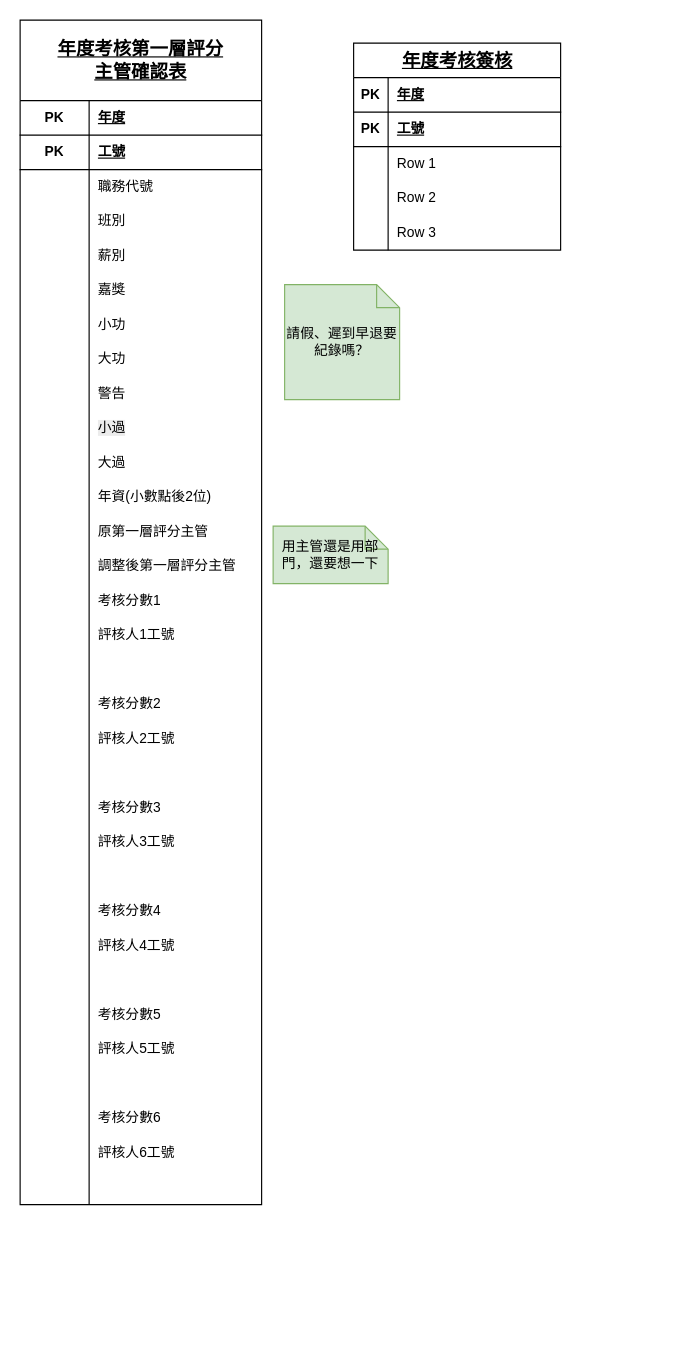
This is activity/未命名绘图.drawio from Pan-A321/FH_Drawing, a draw.io file, before an edit. Source tidied: cells renumbered, new cells numbered last; positions are measured from the earlier drawing's top-left corner, leaving out a move shared by most shapes. Both pictures are drawn from the tidied source at 115%, with x=0, y=0 at pixel (20, 20).
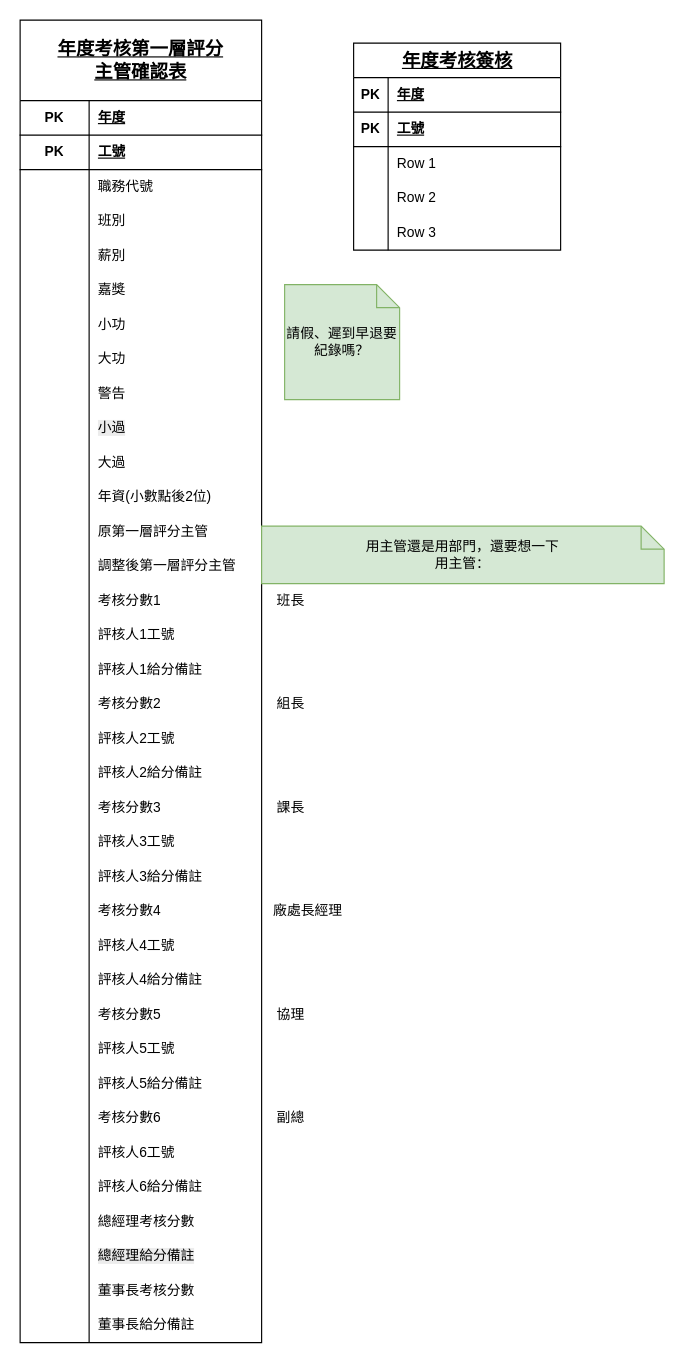
Above is the later version.

Commit message:
更新未命名绘图.drawio

The change refers to these unchanged cells:
```xml
<mxCell id="51" style="shape=tableRow;horizontal=0;startSize=0;swimlaneHead=0;swimlaneBody=0;fillColor=none;top=0;left=0;right=0;bottom=0;html=1;" parent="2" vertex="1">
  <mxGeometry y="550" width="210" height="30" as="geometry" />
</mxCell>
<mxCell id="60" style="shape=tableRow;horizontal=0;startSize=0;swimlaneHead=0;swimlaneBody=0;fillColor=none;top=0;left=0;right=0;bottom=0;html=1;" parent="2" vertex="1">
  <mxGeometry y="640" width="210" height="30" as="geometry" />
</mxCell>
<mxCell id="69" style="shape=tableRow;horizontal=0;startSize=0;swimlaneHead=0;swimlaneBody=0;fillColor=none;top=0;left=0;right=0;bottom=0;html=1;" parent="2" vertex="1">
  <mxGeometry y="730" width="210" height="30" as="geometry" />
</mxCell>
<mxCell id="78" style="shape=tableRow;horizontal=0;startSize=0;swimlaneHead=0;swimlaneBody=0;fillColor=none;top=0;left=0;right=0;bottom=0;html=1;" parent="2" vertex="1">
  <mxGeometry y="820" width="210" height="30" as="geometry" />
</mxCell>
<mxCell id="87" style="shape=tableRow;horizontal=0;startSize=0;swimlaneHead=0;swimlaneBody=0;fillColor=none;top=0;left=0;right=0;bottom=0;html=1;" parent="2" vertex="1">
  <mxGeometry y="910" width="210" height="30" as="geometry" />
</mxCell>
<mxCell id="96" style="shape=tableRow;horizontal=0;startSize=0;swimlaneHead=0;swimlaneBody=0;fillColor=none;top=0;left=0;right=0;bottom=0;html=1;" parent="2" vertex="1">
  <mxGeometry y="1000" width="210" height="30" as="geometry" />
</mxCell>
```

Diff of the diagram source:
```diff
@@
     <mxCell id="2" value="&lt;u&gt;&lt;span style=&quot;font-family: 微軟正黑體;&quot;&gt;&lt;font style=&quot;font-size: 16px;&quot;&gt;年度考核第一層評分&lt;br&gt;主管確認表&lt;/font&gt;&lt;/span&gt;&lt;/u&gt;" style="shape=table;startSize=70;childLayout=tableLayout;rowLines=0;fontStyle=1;align=center;html=1;whiteSpace=wrap;" parent="1" vertex="1">
-      <mxGeometry width="210" height="1030" as="geometry" />
+      <mxGeometry width="210" height="1150" as="geometry" />
     </mxCell>
@@
-    <mxCell id="53" style="shape=partialRectangle;fillColor=none;top=0;left=0;bottom=0;right=0;align=left;spacingLeft=6;overflow=hidden;html=1;whiteSpace=wrap;" parent="51" vertex="1">
+    <mxCell id="53" value="評核人1給分備註" style="shape=partialRectangle;fillColor=none;top=0;left=0;bottom=0;right=0;align=left;spacingLeft=6;overflow=hidden;html=1;whiteSpace=wrap;" parent="51" vertex="1">
       <mxGeometry x="60" width="150" height="30" as="geometry" />
     </mxCell>
@@
-    <mxCell id="62" style="shape=partialRectangle;fillColor=none;top=0;left=0;bottom=0;right=0;align=left;spacingLeft=6;overflow=hidden;html=1;whiteSpace=wrap;" parent="60" vertex="1">
+    <mxCell id="62" value="評核人2給分備註" style="shape=partialRectangle;fillColor=none;top=0;left=0;bottom=0;right=0;align=left;spacingLeft=6;overflow=hidden;html=1;whiteSpace=wrap;" parent="60" vertex="1">
       <mxGeometry x="60" width="150" height="30" as="geometry" />
     </mxCell>
@@
-    <mxCell id="71" style="shape=partialRectangle;fillColor=none;top=0;left=0;bottom=0;right=0;align=left;spacingLeft=6;overflow=hidden;html=1;whiteSpace=wrap;" parent="69" vertex="1">
+    <mxCell id="71" value="評核人3給分備註" style="shape=partialRectangle;fillColor=none;top=0;left=0;bottom=0;right=0;align=left;spacingLeft=6;overflow=hidden;html=1;whiteSpace=wrap;" parent="69" vertex="1">
       <mxGeometry x="60" width="150" height="30" as="geometry" />
     </mxCell>
@@
-    <mxCell id="80" style="shape=partialRectangle;fillColor=none;top=0;left=0;bottom=0;right=0;align=left;spacingLeft=6;overflow=hidden;html=1;whiteSpace=wrap;" parent="78" vertex="1">
+    <mxCell id="80" value="評核人4給分備註" style="shape=partialRectangle;fillColor=none;top=0;left=0;bottom=0;right=0;align=left;spacingLeft=6;overflow=hidden;html=1;whiteSpace=wrap;" parent="78" vertex="1">
       <mxGeometry x="60" width="150" height="30" as="geometry" />
     </mxCell>
@@
-    <mxCell id="89" style="shape=partialRectangle;fillColor=none;top=0;left=0;bottom=0;right=0;align=left;spacingLeft=6;overflow=hidden;html=1;whiteSpace=wrap;" parent="87" vertex="1">
+    <mxCell id="89" value="評核人5給分備註" style="shape=partialRectangle;fillColor=none;top=0;left=0;bottom=0;right=0;align=left;spacingLeft=6;overflow=hidden;html=1;whiteSpace=wrap;" parent="87" vertex="1">
       <mxGeometry x="60" width="150" height="30" as="geometry" />
     </mxCell>
@@
-    <mxCell id="98" style="shape=partialRectangle;fillColor=none;top=0;left=0;bottom=0;right=0;align=left;spacingLeft=6;overflow=hidden;html=1;whiteSpace=wrap;" parent="96" vertex="1">
+    <mxCell id="98" value="評核人6給分備註" style="shape=partialRectangle;fillColor=none;top=0;left=0;bottom=0;right=0;align=left;spacingLeft=6;overflow=hidden;html=1;whiteSpace=wrap;" parent="96" vertex="1">
       <mxGeometry x="60" width="150" height="30" as="geometry" />
     </mxCell>
+    <mxCell id="117" style="shape=tableRow;horizontal=0;startSize=0;swimlaneHead=0;swimlaneBody=0;fillColor=none;top=0;left=0;right=0;bottom=0;html=1;" parent="2" vertex="1">
+      <mxGeometry y="1030" width="210" height="30" as="geometry" />
+    </mxCell>
+    <mxCell id="118" style="shape=partialRectangle;fillColor=none;top=0;left=0;bottom=0;right=0;overflow=hidden;html=1;whiteSpace=wrap;" parent="117" vertex="1">
+      <mxGeometry width="60" height="30" as="geometry" />
+    </mxCell>
+    <mxCell id="119" value="總經理考核分數" style="shape=partialRectangle;fillColor=none;top=0;left=0;bottom=0;right=0;align=left;spacingLeft=6;overflow=hidden;html=1;whiteSpace=wrap;" parent="117" vertex="1">
+      <mxGeometry x="60" width="150" height="30" as="geometry" />
+    </mxCell>
+    <mxCell id="120" style="shape=tableRow;horizontal=0;startSize=0;swimlaneHead=0;swimlaneBody=0;fillColor=none;top=0;left=0;right=0;bottom=0;html=1;" parent="2" vertex="1">
+      <mxGeometry y="1060" width="210" height="30" as="geometry" />
+    </mxCell>
+    <mxCell id="121" style="shape=partialRectangle;fillColor=none;top=0;left=0;bottom=0;right=0;overflow=hidden;html=1;whiteSpace=wrap;" parent="120" vertex="1">
+      <mxGeometry width="60" height="30" as="geometry" />
+    </mxCell>
+    <mxCell id="122" value="&lt;span style=&quot;color: rgb(0, 0, 0); font-family: Helvetica; font-size: 12px; font-style: normal; font-variant-ligatures: normal; font-variant-caps: normal; font-weight: 400; letter-spacing: normal; orphans: 2; text-align: left; text-indent: 0px; text-transform: none; widows: 2; word-spacing: 0px; -webkit-text-stroke-width: 0px; white-space: normal; background-color: rgb(236, 236, 236); text-decoration-thickness: initial; text-decoration-style: initial; text-decoration-color: initial; float: none; display: inline !important;&quot;&gt;總經理給分備註&lt;/span&gt;" style="shape=partialRectangle;fillColor=none;top=0;left=0;bottom=0;right=0;align=left;spacingLeft=6;overflow=hidden;html=1;whiteSpace=wrap;" parent="120" vertex="1">
+      <mxGeometry x="60" width="150" height="30" as="geometry" />
+    </mxCell>
+    <mxCell id="123" style="shape=tableRow;horizontal=0;startSize=0;swimlaneHead=0;swimlaneBody=0;fillColor=none;top=0;left=0;right=0;bottom=0;html=1;" parent="2" vertex="1">
+      <mxGeometry y="1090" width="210" height="30" as="geometry" />
+    </mxCell>
+    <mxCell id="124" style="shape=partialRectangle;fillColor=none;top=0;left=0;bottom=0;right=0;overflow=hidden;html=1;whiteSpace=wrap;" parent="123" vertex="1">
+      <mxGeometry width="60" height="30" as="geometry" />
+    </mxCell>
+    <mxCell id="125" value="董事長考核分數" style="shape=partialRectangle;fillColor=none;top=0;left=0;bottom=0;right=0;align=left;spacingLeft=6;overflow=hidden;html=1;whiteSpace=wrap;" parent="123" vertex="1">
+      <mxGeometry x="60" width="150" height="30" as="geometry" />
+    </mxCell>
+    <mxCell id="126" style="shape=tableRow;horizontal=0;startSize=0;swimlaneHead=0;swimlaneBody=0;fillColor=none;top=0;left=0;right=0;bottom=0;html=1;" parent="2" vertex="1">
+      <mxGeometry y="1120" width="210" height="30" as="geometry" />
+    </mxCell>
+    <mxCell id="127" style="shape=partialRectangle;fillColor=none;top=0;left=0;bottom=0;right=0;overflow=hidden;html=1;whiteSpace=wrap;" parent="126" vertex="1">
+      <mxGeometry width="60" height="30" as="geometry" />
+    </mxCell>
+    <mxCell id="128" value="董事長給分備註" style="shape=partialRectangle;fillColor=none;top=0;left=0;bottom=0;right=0;align=left;spacingLeft=6;overflow=hidden;html=1;whiteSpace=wrap;" parent="126" vertex="1">
+      <mxGeometry x="60" width="150" height="30" as="geometry" />
+    </mxCell>
@@
-    <mxCell id="116" value="用主管還是用部門，還要想一下" style="shape=note;size=20;whiteSpace=wrap;html=1;fillColor=#d5e8d4;strokeColor=#82b366;" parent="1" vertex="1">
-      <mxGeometry x="220" y="440" width="100" height="50" as="geometry" />
+    <mxCell id="116" value="用主管還是用部門，還要想一下&lt;br&gt;用主管：" style="shape=note;size=20;whiteSpace=wrap;html=1;fillColor=#d5e8d4;strokeColor=#82b366;" parent="1" vertex="1">
+      <mxGeometry x="210" y="440" width="350" height="50" as="geometry" />
     </mxCell>
+    <mxCell id="129" value="班長" style="text;html=1;align=center;verticalAlign=middle;strokeColor=none;fillColor=none;" parent="1" vertex="1">
+      <mxGeometry x="210" y="490" width="50" height="30" as="geometry" />
+    </mxCell>
+    <mxCell id="130" value="組長" style="text;html=1;align=center;verticalAlign=middle;strokeColor=none;fillColor=none;" parent="1" vertex="1">
+      <mxGeometry x="210" y="580" width="50" height="30" as="geometry" />
+    </mxCell>
+    <mxCell id="131" value="課長" style="text;html=1;align=center;verticalAlign=middle;strokeColor=none;fillColor=none;" parent="1" vertex="1">
+      <mxGeometry x="210" y="670" width="50" height="30" as="geometry" />
+    </mxCell>
+    <mxCell id="132" value="廠處長經理" style="text;html=1;align=center;verticalAlign=middle;strokeColor=none;fillColor=none;" parent="1" vertex="1">
+      <mxGeometry x="210" y="760" width="80" height="30" as="geometry" />
+    </mxCell>
+    <mxCell id="133" value="協理" style="text;html=1;align=center;verticalAlign=middle;strokeColor=none;fillColor=none;" parent="1" vertex="1">
+      <mxGeometry x="210" y="850" width="50" height="30" as="geometry" />
+    </mxCell>
+    <mxCell id="134" value="副總" style="text;html=1;align=center;verticalAlign=middle;strokeColor=none;fillColor=none;" parent="1" vertex="1">
+      <mxGeometry x="210" y="940" width="50" height="30" as="geometry" />
+    </mxCell>
```
